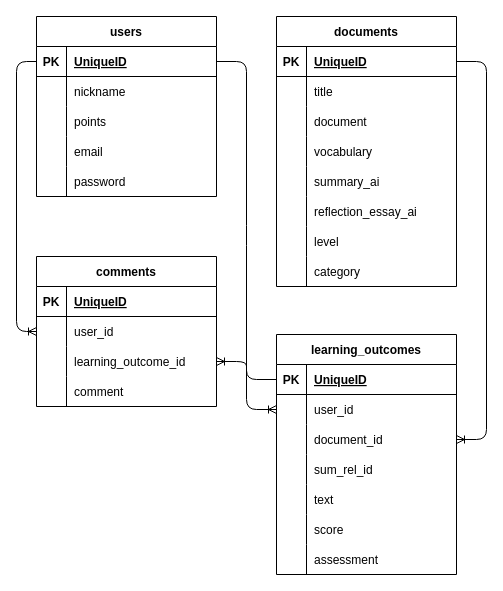
This is ER.dio from keisuke10009/ai_study, a draw.io file, before an edit. Source tidied: cells renumbered, new cells numbered last; positions are measured from the earlier drawing's top-left corner, leaving out a move shared by most shapes. Both pictures are drawn from the tidied source at 100%, with x=0, y=0 at pixel (16, 16).
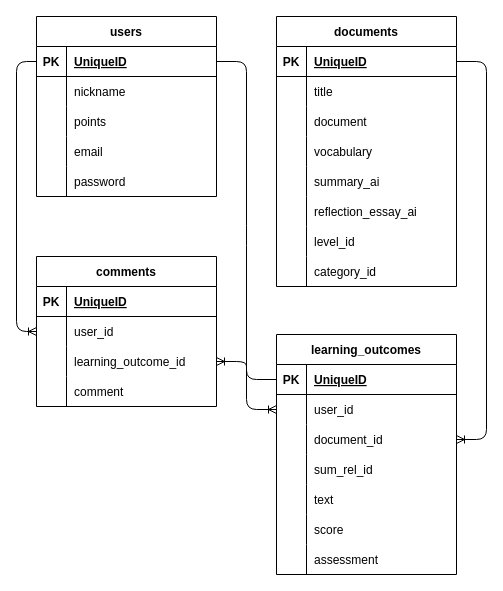
After the change.

Unchanged cells that the change refers to:
```xml
<mxCell id="50" style="shape=tableRow;horizontal=0;startSize=0;swimlaneHead=0;swimlaneBody=0;fillColor=none;top=0;left=0;right=0;bottom=0;" parent="31" vertex="1">
  <mxGeometry y="210" width="180" height="30" as="geometry" />
</mxCell>
<mxCell id="53" style="shape=tableRow;horizontal=0;startSize=0;swimlaneHead=0;swimlaneBody=0;fillColor=none;top=0;left=0;right=0;bottom=0;" parent="31" vertex="1">
  <mxGeometry y="240" width="180" height="30" as="geometry" />
</mxCell>
```

What changed in the source:
```diff
@@
-    <mxCell id="52" value="level" style="shape=partialRectangle;fillColor=none;top=0;left=0;bottom=0;right=0;align=left;spacingLeft=6;overflow=hidden;" parent="50" vertex="1">
+    <mxCell id="52" value="level_id" style="shape=partialRectangle;fillColor=none;top=0;left=0;bottom=0;right=0;align=left;spacingLeft=6;overflow=hidden;" parent="50" vertex="1">
       <mxGeometry x="30" width="150" height="30" as="geometry" />
     </mxCell>
@@
-    <mxCell id="55" value="category" style="shape=partialRectangle;fillColor=none;top=0;left=0;bottom=0;right=0;align=left;spacingLeft=6;overflow=hidden;" parent="53" vertex="1">
+    <mxCell id="55" value="category_id" style="shape=partialRectangle;fillColor=none;top=0;left=0;bottom=0;right=0;align=left;spacingLeft=6;overflow=hidden;" parent="53" vertex="1">
       <mxGeometry x="30" width="150" height="30" as="geometry" />
     </mxCell>
```
